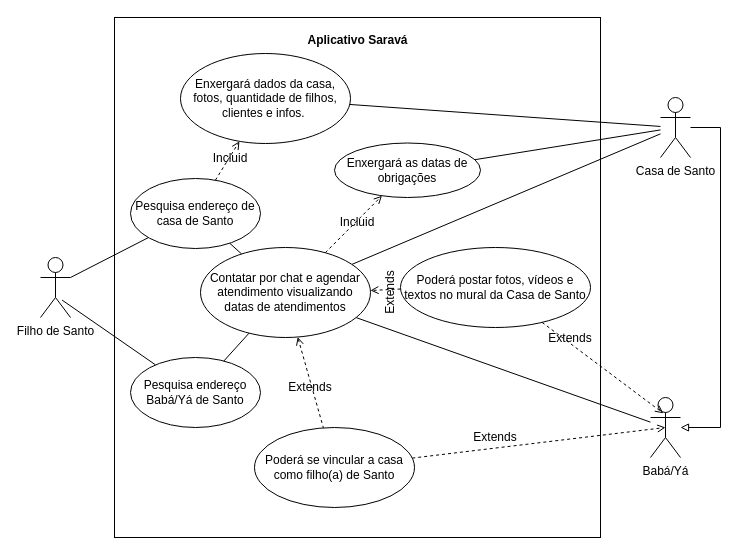
Earlier version of the draw.io diagram CasoDeUsoFilhoDeSanto.drawio (AlexCarvalhovisk/sarava). Source tidied: cells renumbered, new cells numbered last; positions are measured from the earlier drawing's top-left corner, leaving out a move shared by most shapes. Both pictures are drawn from the tidied source at 100%, with x=0, y=0 at pixel (40, 17).
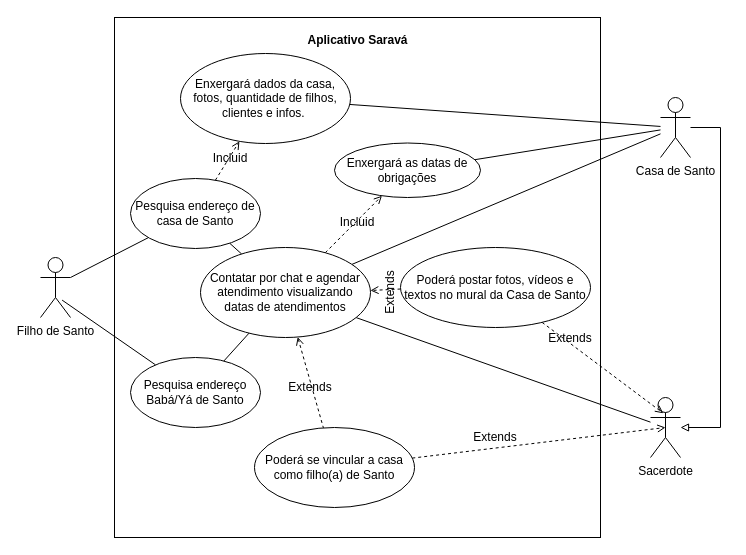
The same diagram, later.

The edit, as a diff of the source:
```diff
@@
-    <mxCell id="10" value="Babá/Yá" style="shape=umlActor;verticalLabelPosition=bottom;verticalAlign=top;html=1;" parent="1" vertex="1">
+    <mxCell id="10" value="Sacerdote" style="shape=umlActor;verticalLabelPosition=bottom;verticalAlign=top;html=1;" parent="1" vertex="1">
       <mxGeometry x="610" y="380" width="30" height="60" as="geometry" />
     </mxCell>
```
